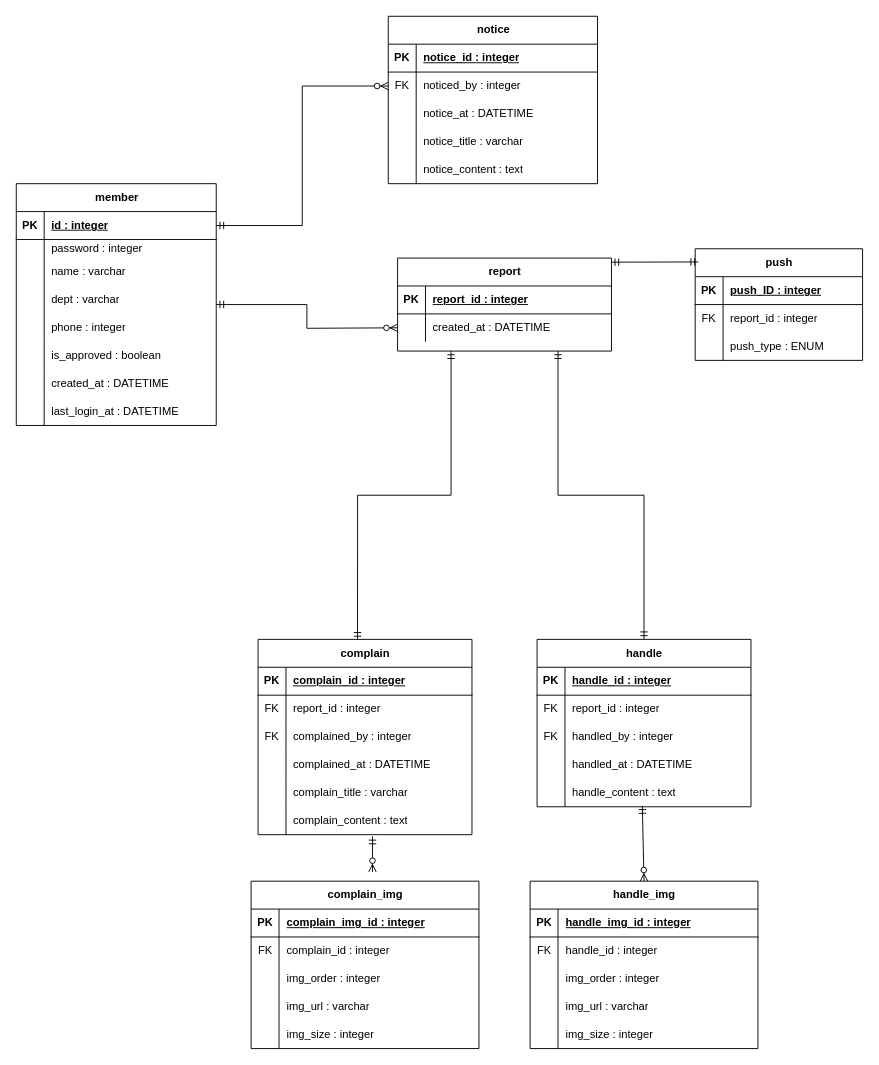
Earlier version of the draw.io diagram Untitled Diagram.drawio (23012/cau-fix-web). Source tidied: cells renumbered, new cells numbered last; positions are measured from the earlier drawing's top-left corner, leaving out a move shared by most shapes. Both pictures are drawn from the tidied source at 93%, with x=0, y=0 at pixel (16, 16).
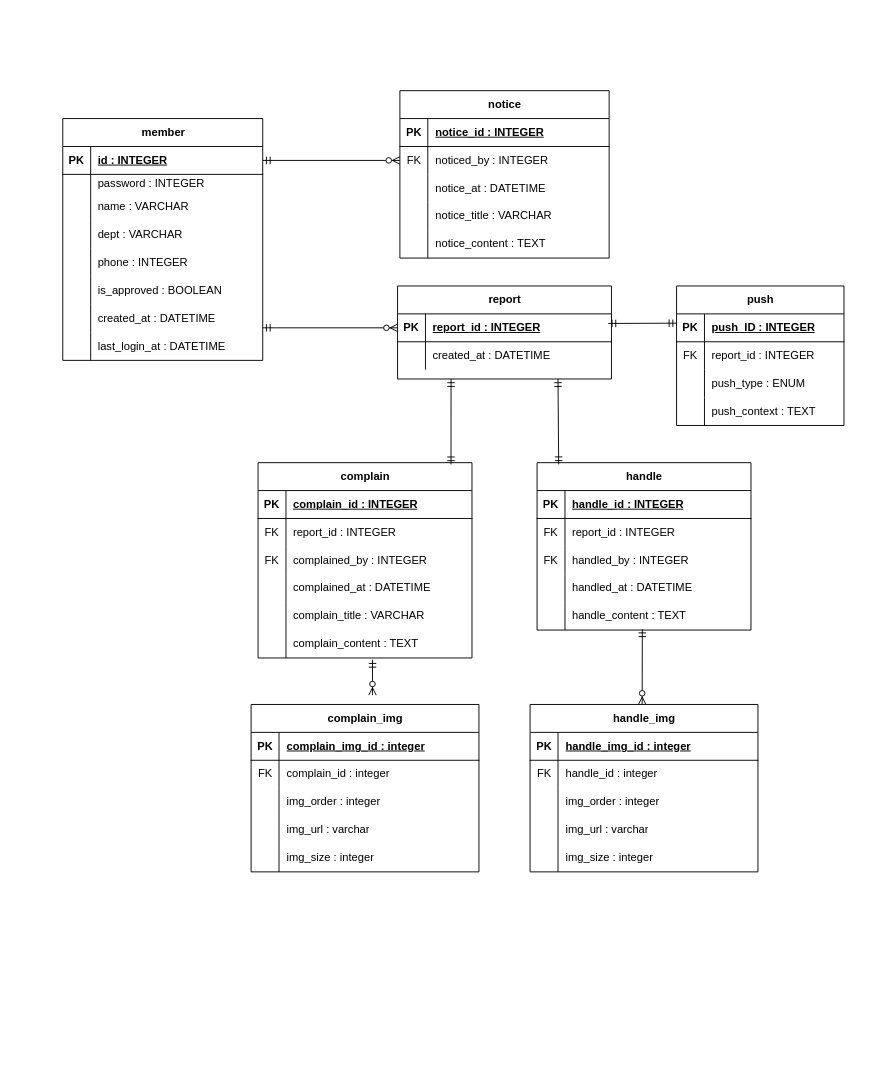
The same diagram, later.

Unchanged cells that the change refers to:
```xml
<mxCell id="3" style="shape=tableRow;horizontal=0;startSize=0;swimlaneHead=0;swimlaneBody=0;fillColor=none;points=[[0,0.5],[1,0.5]];portConstraint=eastwest;top=0;left=0;right=0;bottom=1;" parent="2" vertex="1">
  <mxGeometry y="30" width="215" height="30" as="geometry" />
</mxCell>
<mxCell id="6" style="shape=tableRow;horizontal=0;startSize=0;swimlaneHead=0;swimlaneBody=0;fillColor=none;top=0;left=0;right=0;bottom=0;" parent="2" vertex="1">
  <mxGeometry y="60" width="215" height="20" as="geometry" />
</mxCell>
<mxCell id="9" style="shape=tableRow;horizontal=0;startSize=0;swimlaneHead=0;swimlaneBody=0;fillColor=none;top=0;left=0;right=0;bottom=0;" parent="2" vertex="1">
  <mxGeometry y="80" width="215" height="30" as="geometry" />
</mxCell>
<mxCell id="12" style="shape=tableRow;horizontal=0;startSize=0;swimlaneHead=0;swimlaneBody=0;fillColor=none;top=0;left=0;right=0;bottom=0;" parent="2" vertex="1">
  <mxGeometry y="110" width="215" height="30" as="geometry" />
</mxCell>
<mxCell id="15" style="shape=tableRow;horizontal=0;startSize=0;swimlaneHead=0;swimlaneBody=0;fillColor=none;top=0;left=0;right=0;bottom=0;" parent="2" vertex="1">
  <mxGeometry y="140" width="215" height="30" as="geometry" />
</mxCell>
<mxCell id="18" style="shape=tableRow;horizontal=0;startSize=0;swimlaneHead=0;swimlaneBody=0;fillColor=none;top=0;left=0;right=0;bottom=0;" parent="2" vertex="1">
  <mxGeometry y="170" width="215" height="30" as="geometry" />
</mxCell>
<mxCell id="28" style="shape=tableRow;horizontal=0;startSize=0;swimlaneHead=0;swimlaneBody=0;fillColor=none;top=0;left=0;right=0;bottom=1;" parent="27" vertex="1">
  <mxGeometry y="30" width="225" height="30" as="geometry" />
</mxCell>
<mxCell id="31" style="shape=tableRow;horizontal=0;startSize=0;swimlaneHead=0;swimlaneBody=0;fillColor=none;points=[[0,0.5],[1,0.5]];portConstraint=eastwest;top=0;left=0;right=0;bottom=0;" parent="27" vertex="1">
  <mxGeometry y="60" width="225" height="30" as="geometry" />
</mxCell>
<mxCell id="37" style="shape=tableRow;horizontal=0;startSize=0;swimlaneHead=0;swimlaneBody=0;fillColor=none;top=0;left=0;right=0;bottom=0;" parent="27" vertex="1">
  <mxGeometry y="120" width="225" height="30" as="geometry" />
</mxCell>
<mxCell id="40" style="shape=tableRow;horizontal=0;startSize=0;swimlaneHead=0;swimlaneBody=0;fillColor=none;top=0;left=0;right=0;bottom=0;" parent="27" vertex="1">
  <mxGeometry y="150" width="225" height="30" as="geometry" />
</mxCell>
<mxCell id="44" style="shape=tableRow;horizontal=0;startSize=0;swimlaneHead=0;swimlaneBody=0;fillColor=none;top=0;left=0;right=0;bottom=1;" parent="43" vertex="1">
  <mxGeometry y="30" width="230" height="30" as="geometry" />
</mxCell>
<mxCell id="51" style="shape=tableRow;horizontal=0;startSize=0;swimlaneHead=0;swimlaneBody=0;fillColor=none;top=0;left=0;right=0;bottom=1;" parent="50" vertex="1">
  <mxGeometry y="30" width="180" height="30" as="geometry" />
</mxCell>
<mxCell id="54" style="shape=tableRow;horizontal=0;startSize=0;swimlaneHead=0;swimlaneBody=0;fillColor=none;top=0;left=0;right=0;bottom=0;" parent="50" vertex="1">
  <mxGeometry y="60" width="180" height="30" as="geometry" />
</mxCell>
<mxCell id="64" style="shape=tableRow;horizontal=0;startSize=0;swimlaneHead=0;swimlaneBody=0;fillColor=none;top=0;left=0;right=0;bottom=1;" parent="63" vertex="1">
  <mxGeometry y="30" width="230" height="30" as="geometry" />
</mxCell>
<mxCell id="67" style="shape=tableRow;horizontal=0;startSize=0;swimlaneHead=0;swimlaneBody=0;fillColor=none;top=0;left=0;right=0;bottom=0;" parent="63" vertex="1">
  <mxGeometry y="60" width="230" height="30" as="geometry" />
</mxCell>
<mxCell id="70" style="shape=tableRow;horizontal=0;startSize=0;swimlaneHead=0;swimlaneBody=0;fillColor=none;top=0;left=0;right=0;bottom=0;" parent="63" vertex="1">
  <mxGeometry y="90" width="230" height="30" as="geometry" />
</mxCell>
<mxCell id="76" style="shape=tableRow;horizontal=0;startSize=0;swimlaneHead=0;swimlaneBody=0;fillColor=none;top=0;left=0;right=0;bottom=0;" parent="63" vertex="1">
  <mxGeometry y="150" width="230" height="30" as="geometry" />
</mxCell>
<mxCell id="79" style="shape=tableRow;horizontal=0;startSize=0;swimlaneHead=0;swimlaneBody=0;fillColor=none;points=[[0,0.5],[1,0.5]];portConstraint=eastwest;top=0;left=0;right=0;bottom=0;" parent="63" vertex="1">
  <mxGeometry y="180" width="230" height="30" as="geometry" />
</mxCell>
<mxCell id="83" style="shape=tableRow;horizontal=0;startSize=0;swimlaneHead=0;swimlaneBody=0;fillColor=none;top=0;left=0;right=0;bottom=1;" parent="82" vertex="1">
  <mxGeometry y="30" width="230" height="30" as="geometry" />
</mxCell>
<mxCell id="86" style="shape=tableRow;horizontal=0;startSize=0;swimlaneHead=0;swimlaneBody=0;fillColor=none;top=0;left=0;right=0;bottom=0;" parent="82" vertex="1">
  <mxGeometry y="60" width="230" height="30" as="geometry" />
</mxCell>
<mxCell id="89" style="shape=tableRow;horizontal=0;startSize=0;swimlaneHead=0;swimlaneBody=0;fillColor=none;top=0;left=0;right=0;bottom=0;" parent="82" vertex="1">
  <mxGeometry y="90" width="230" height="30" as="geometry" />
</mxCell>
<mxCell id="95" style="shape=tableRow;horizontal=0;startSize=0;swimlaneHead=0;swimlaneBody=0;fillColor=none;points=[[0,0.5],[1,0.5]];portConstraint=eastwest;top=0;left=0;right=0;bottom=0;" parent="82" vertex="1">
  <mxGeometry y="150" width="230" height="30" as="geometry" />
</mxCell>
```

The edit, as a diff of the source:
```diff
@@
     <mxCell id="2" value="member" style="shape=table;startSize=30;childLayout=tableLayout;rowLines=0;fontStyle=1;align=center;html=1;" parent="1" vertex="1">
-      <mxGeometry y="180" width="215" height="260" as="geometry" />
+      <mxGeometry x="50" y="110" width="215" height="260" as="geometry" />
     </mxCell>
@@
-    <mxCell id="5" value="id : integer" style="shape=partialRectangle;fillColor=none;top=0;left=0;bottom=0;right=0;align=left;spacingLeft=6;fontStyle=5;overflow=hidden;whiteSpace=wrap;html=1;" parent="3" vertex="1">
+    <mxCell id="5" value="id : INTEGER" style="shape=partialRectangle;fillColor=none;top=0;left=0;bottom=0;right=0;align=left;spacingLeft=6;fontStyle=5;overflow=hidden;whiteSpace=wrap;html=1;" parent="3" vertex="1">
       <mxGeometry x="30" width="185" height="30" as="geometry" />
     </mxCell>
@@
-    <mxCell id="8" value="password : integer" style="shape=partialRectangle;fillColor=none;top=0;left=0;bottom=0;right=0;align=left;spacingLeft=6;overflow=hidden;whiteSpace=wrap;html=1;" parent="6" vertex="1">
+    <mxCell id="8" value="password : INTEGER" style="shape=partialRectangle;fillColor=none;top=0;left=0;bottom=0;right=0;align=left;spacingLeft=6;overflow=hidden;whiteSpace=wrap;html=1;" parent="6" vertex="1">
       <mxGeometry x="30" width="185" height="20" as="geometry" />
     </mxCell>
@@
-    <mxCell id="11" value="name : varchar" style="shape=partialRectangle;fillColor=none;top=0;left=0;bottom=0;right=0;align=left;spacingLeft=6;overflow=hidden;whiteSpace=wrap;html=1;" parent="9" vertex="1">
+    <mxCell id="11" value="name : VARCHAR" style="shape=partialRectangle;fillColor=none;top=0;left=0;bottom=0;right=0;align=left;spacingLeft=6;overflow=hidden;whiteSpace=wrap;html=1;" parent="9" vertex="1">
       <mxGeometry x="30" width="185" height="30" as="geometry" />
     </mxCell>
@@
-    <mxCell id="14" value="dept : varchar" style="shape=partialRectangle;fillColor=none;top=0;left=0;bottom=0;right=0;align=left;spacingLeft=6;overflow=hidden;whiteSpace=wrap;html=1;" parent="12" vertex="1">
+    <mxCell id="14" value="dept : VARCHAR" style="shape=partialRectangle;fillColor=none;top=0;left=0;bottom=0;right=0;align=left;spacingLeft=6;overflow=hidden;whiteSpace=wrap;html=1;" parent="12" vertex="1">
       <mxGeometry x="30" width="185" height="30" as="geometry" />
     </mxCell>
@@
-    <mxCell id="17" value="phone : integer" style="shape=partialRectangle;fillColor=none;top=0;left=0;bottom=0;right=0;align=left;spacingLeft=6;overflow=hidden;whiteSpace=wrap;html=1;" parent="15" vertex="1">
+    <mxCell id="17" value="phone : INTEGER" style="shape=partialRectangle;fillColor=none;top=0;left=0;bottom=0;right=0;align=left;spacingLeft=6;overflow=hidden;whiteSpace=wrap;html=1;" parent="15" vertex="1">
       <mxGeometry x="30" width="185" height="30" as="geometry" />
     </mxCell>
@@
-    <mxCell id="20" value="is_approved : boolean" style="shape=partialRectangle;fillColor=none;top=0;left=0;bottom=0;right=0;align=left;spacingLeft=6;overflow=hidden;whiteSpace=wrap;html=1;" parent="18" vertex="1">
+    <mxCell id="20" value="is_approved : BOOLEAN" style="shape=partialRectangle;fillColor=none;top=0;left=0;bottom=0;right=0;align=left;spacingLeft=6;overflow=hidden;whiteSpace=wrap;html=1;" parent="18" vertex="1">
       <mxGeometry x="30" width="185" height="30" as="geometry" />
     </mxCell>
@@
     <mxCell id="27" value="notice" style="shape=table;startSize=30;childLayout=tableLayout;rowLines=0;fontStyle=1;align=center;html=1;" parent="1" vertex="1">
-      <mxGeometry x="400" width="225" height="180" as="geometry" />
+      <mxGeometry x="412.5" y="80" width="225" height="180" as="geometry" />
     </mxCell>
@@
-    <mxCell id="30" value="notice_id : integer" style="shape=partialRectangle;fillColor=none;top=0;left=0;bottom=0;right=0;align=left;spacingLeft=6;fontStyle=5;overflow=hidden;whiteSpace=wrap;html=1;" parent="28" vertex="1">
+    <mxCell id="30" value="notice_id : INTEGER" style="shape=partialRectangle;fillColor=none;top=0;left=0;bottom=0;right=0;align=left;spacingLeft=6;fontStyle=5;overflow=hidden;whiteSpace=wrap;html=1;" parent="28" vertex="1">
       <mxGeometry x="30" width="195" height="30" as="geometry" />
     </mxCell>
@@
-    <mxCell id="33" value="noticed_by : integer" style="shape=partialRectangle;fillColor=none;top=0;left=0;bottom=0;right=0;align=left;spacingLeft=6;overflow=hidden;whiteSpace=wrap;html=1;" parent="31" vertex="1">
+    <mxCell id="33" value="noticed_by : INTEGER" style="shape=partialRectangle;fillColor=none;top=0;left=0;bottom=0;right=0;align=left;spacingLeft=6;overflow=hidden;whiteSpace=wrap;html=1;" parent="31" vertex="1">
       <mxGeometry x="30" width="195" height="30" as="geometry" />
     </mxCell>
@@
-    <mxCell id="39" value="notice_title : varchar" style="shape=partialRectangle;fillColor=none;top=0;left=0;bottom=0;right=0;align=left;spacingLeft=6;overflow=hidden;whiteSpace=wrap;html=1;" parent="37" vertex="1">
+    <mxCell id="39" value="notice_title : VARCHAR" style="shape=partialRectangle;fillColor=none;top=0;left=0;bottom=0;right=0;align=left;spacingLeft=6;overflow=hidden;whiteSpace=wrap;html=1;" parent="37" vertex="1">
       <mxGeometry x="30" width="195" height="30" as="geometry" />
     </mxCell>
@@
-    <mxCell id="42" value="notice_content : text" style="shape=partialRectangle;fillColor=none;top=0;left=0;bottom=0;right=0;align=left;spacingLeft=6;overflow=hidden;whiteSpace=wrap;html=1;" parent="40" vertex="1">
+    <mxCell id="42" value="notice_content : TEXT" style="shape=partialRectangle;fillColor=none;top=0;left=0;bottom=0;right=0;align=left;spacingLeft=6;overflow=hidden;whiteSpace=wrap;html=1;" parent="40" vertex="1">
       <mxGeometry x="30" width="195" height="30" as="geometry" />
     </mxCell>
     <mxCell id="43" value="report" style="shape=table;startSize=30;childLayout=tableLayout;rowLines=0;fontStyle=1;align=center;html=1;" parent="1" vertex="1">
-      <mxGeometry x="410" y="260" width="230" height="100" as="geometry" />
+      <mxGeometry x="410" y="290" width="230" height="100" as="geometry" />
     </mxCell>
@@
-    <mxCell id="46" value="report_id : integer" style="shape=partialRectangle;fillColor=none;top=0;left=0;bottom=0;right=0;align=left;spacingLeft=6;fontStyle=5;overflow=hidden;whiteSpace=wrap;html=1;" parent="44" vertex="1">
+    <mxCell id="46" value="report_id : INTEGER" style="shape=partialRectangle;fillColor=none;top=0;left=0;bottom=0;right=0;align=left;spacingLeft=6;fontStyle=5;overflow=hidden;whiteSpace=wrap;html=1;" parent="44" vertex="1">
       <mxGeometry x="30" width="200" height="30" as="geometry" />
     </mxCell>
@@
     <mxCell id="50" value="push" style="shape=table;startSize=30;childLayout=tableLayout;rowLines=0;fontStyle=1;align=center;html=1;" parent="1" vertex="1">
-      <mxGeometry x="730" y="250" width="180" height="120" as="geometry" />
+      <mxGeometry x="710" y="290" width="180" height="150" as="geometry" />
     </mxCell>
@@
-    <mxCell id="53" value="push_ID : integer" style="shape=partialRectangle;fillColor=none;top=0;left=0;bottom=0;right=0;align=left;spacingLeft=6;fontStyle=5;overflow=hidden;whiteSpace=wrap;html=1;" parent="51" vertex="1">
+    <mxCell id="53" value="push_ID : INTEGER" style="shape=partialRectangle;fillColor=none;top=0;left=0;bottom=0;right=0;align=left;spacingLeft=6;fontStyle=5;overflow=hidden;whiteSpace=wrap;html=1;" parent="51" vertex="1">
       <mxGeometry x="30" width="150" height="30" as="geometry" />
     </mxCell>
@@
-    <mxCell id="56" value="report_id : integer" style="shape=partialRectangle;fillColor=none;top=0;left=0;bottom=0;right=0;align=left;spacingLeft=6;overflow=hidden;whiteSpace=wrap;html=1;" parent="54" vertex="1">
+    <mxCell id="56" value="report_id : INTEGER" style="shape=partialRectangle;fillColor=none;top=0;left=0;bottom=0;right=0;align=left;spacingLeft=6;overflow=hidden;whiteSpace=wrap;html=1;" parent="54" vertex="1">
       <mxGeometry x="30" width="150" height="30" as="geometry" />
     </mxCell>
@@
+    <mxCell id="134" style="shape=tableRow;horizontal=0;startSize=0;swimlaneHead=0;swimlaneBody=0;fillColor=none;top=0;left=0;right=0;bottom=0;" parent="50" vertex="1">
+      <mxGeometry y="120" width="180" height="30" as="geometry" />
+    </mxCell>
+    <mxCell id="135" style="shape=partialRectangle;fillColor=none;top=0;left=0;bottom=0;right=0;overflow=hidden;whiteSpace=wrap;html=1;" parent="134" vertex="1">
+      <mxGeometry width="30" height="30" as="geometry" />
+    </mxCell>
+    <mxCell id="136" value="push_context : TEXT" style="shape=partialRectangle;fillColor=none;top=0;left=0;bottom=0;right=0;align=left;spacingLeft=6;overflow=hidden;whiteSpace=wrap;html=1;" parent="134" vertex="1">
+      <mxGeometry x="30" width="150" height="30" as="geometry" />
+    </mxCell>
-    <mxCell id="60" style="fontSize=12;html=1;endArrow=ERmandOne;startArrow=ERmandOne;rounded=0;entryX=0.019;entryY=0.118;entryDx=0;entryDy=0;exitX=0.999;exitY=0.044;exitDx=0;exitDy=0;exitPerimeter=0;entryPerimeter=0;" parent="1" edge="1" source="43" target="50">
-      <mxGeometry relative="1" as="geometry" />
+    <mxCell id="60" style="fontSize=12;html=1;endArrow=ERmandOne;startArrow=ERmandOne;rounded=0;entryX=0.019;entryY=0.118;entryDx=0;entryDy=0;entryPerimeter=0;" parent="1" edge="1">
+      <mxGeometry relative="1" as="geometry">
+        <mxPoint x="636.6" y="330.3" as="sourcePoint" />
+        <mxPoint x="710" y="330" as="targetPoint" />
+      </mxGeometry>
     </mxCell>
@@
     <mxCell id="62" style="edgeStyle=orthogonalEdgeStyle;fontSize=12;html=1;endArrow=ERzeroToMany;startArrow=ERmandOne;rounded=0;" parent="1" edge="1" source="2">
       <mxGeometry relative="1" as="geometry">
         <mxPoint x="410" y="335" as="targetPoint" />
+        <Array as="points">
+          <mxPoint x="280" y="335" />
+          <mxPoint x="280" y="335" />
+        </Array>
       </mxGeometry>
     </mxCell>
     <mxCell id="63" value="complain" style="shape=table;startSize=30;childLayout=tableLayout;rowLines=0;fontStyle=1;align=center;html=1;" parent="1" vertex="1">
-      <mxGeometry x="260" y="670" width="230" height="210" as="geometry" />
+      <mxGeometry x="260" y="480" width="230" height="210" as="geometry" />
     </mxCell>
@@
-    <mxCell id="66" value="complain_id : integer" style="shape=partialRectangle;fillColor=none;top=0;left=0;bottom=0;right=0;align=left;spacingLeft=6;fontStyle=5;overflow=hidden;whiteSpace=wrap;html=1;" parent="64" vertex="1">
+    <mxCell id="66" value="complain_id : INTEGER" style="shape=partialRectangle;fillColor=none;top=0;left=0;bottom=0;right=0;align=left;spacingLeft=6;fontStyle=5;overflow=hidden;whiteSpace=wrap;html=1;" parent="64" vertex="1">
       <mxGeometry x="30" width="200" height="30" as="geometry" />
     </mxCell>
@@
-    <mxCell id="69" value="report_id : integer" style="shape=partialRectangle;fillColor=none;top=0;left=0;bottom=0;right=0;align=left;spacingLeft=6;overflow=hidden;whiteSpace=wrap;html=1;" parent="67" vertex="1">
+    <mxCell id="69" value="report_id : INTEGER" style="shape=partialRectangle;fillColor=none;top=0;left=0;bottom=0;right=0;align=left;spacingLeft=6;overflow=hidden;whiteSpace=wrap;html=1;" parent="67" vertex="1">
       <mxGeometry x="30" width="200" height="30" as="geometry" />
     </mxCell>
@@
-    <mxCell id="72" value="complained_by : integer" style="shape=partialRectangle;fillColor=none;top=0;left=0;bottom=0;right=0;align=left;spacingLeft=6;overflow=hidden;whiteSpace=wrap;html=1;" parent="70" vertex="1">
+    <mxCell id="72" value="complained_by : INTEGER" style="shape=partialRectangle;fillColor=none;top=0;left=0;bottom=0;right=0;align=left;spacingLeft=6;overflow=hidden;whiteSpace=wrap;html=1;" parent="70" vertex="1">
       <mxGeometry x="30" width="200" height="30" as="geometry" />
     </mxCell>
@@
-    <mxCell id="78" value="complain_title : varchar" style="shape=partialRectangle;fillColor=none;top=0;left=0;bottom=0;right=0;align=left;spacingLeft=6;overflow=hidden;whiteSpace=wrap;html=1;" parent="76" vertex="1">
+    <mxCell id="78" value="complain_title : VARCHAR" style="shape=partialRectangle;fillColor=none;top=0;left=0;bottom=0;right=0;align=left;spacingLeft=6;overflow=hidden;whiteSpace=wrap;html=1;" parent="76" vertex="1">
       <mxGeometry x="30" width="200" height="30" as="geometry" />
     </mxCell>
@@
-    <mxCell id="81" value="complain_content : text" style="shape=partialRectangle;fillColor=none;top=0;left=0;bottom=0;right=0;align=left;spacingLeft=6;overflow=hidden;whiteSpace=wrap;html=1;" parent="79" vertex="1">
+    <mxCell id="81" value="complain_content : TEXT" style="shape=partialRectangle;fillColor=none;top=0;left=0;bottom=0;right=0;align=left;spacingLeft=6;overflow=hidden;whiteSpace=wrap;html=1;" parent="79" vertex="1">
       <mxGeometry x="30" width="200" height="30" as="geometry" />
     </mxCell>
     <mxCell id="82" value="handle" style="shape=table;startSize=30;childLayout=tableLayout;rowLines=0;fontStyle=1;align=center;html=1;" parent="1" vertex="1">
-      <mxGeometry x="560" y="670" width="230" height="180" as="geometry" />
+      <mxGeometry x="560" y="480" width="230" height="180" as="geometry" />
     </mxCell>
@@
-    <mxCell id="85" value="handle_id : integer" style="shape=partialRectangle;fillColor=none;top=0;left=0;bottom=0;right=0;align=left;spacingLeft=6;fontStyle=5;overflow=hidden;whiteSpace=wrap;html=1;" parent="83" vertex="1">
+    <mxCell id="85" value="handle_id : INTEGER" style="shape=partialRectangle;fillColor=none;top=0;left=0;bottom=0;right=0;align=left;spacingLeft=6;fontStyle=5;overflow=hidden;whiteSpace=wrap;html=1;" parent="83" vertex="1">
       <mxGeometry x="30" width="200" height="30" as="geometry" />
     </mxCell>
@@
-    <mxCell id="88" value="report_id : integer" style="shape=partialRectangle;fillColor=none;top=0;left=0;bottom=0;right=0;align=left;spacingLeft=6;overflow=hidden;whiteSpace=wrap;html=1;" parent="86" vertex="1">
+    <mxCell id="88" value="report_id : INTEGER" style="shape=partialRectangle;fillColor=none;top=0;left=0;bottom=0;right=0;align=left;spacingLeft=6;overflow=hidden;whiteSpace=wrap;html=1;" parent="86" vertex="1">
       <mxGeometry x="30" width="200" height="30" as="geometry" />
     </mxCell>
@@
-    <mxCell id="91" value="handled_by : integer" style="shape=partialRectangle;fillColor=none;top=0;left=0;bottom=0;right=0;align=left;spacingLeft=6;overflow=hidden;whiteSpace=wrap;html=1;" parent="89" vertex="1">
+    <mxCell id="91" value="handled_by : INTEGER" style="shape=partialRectangle;fillColor=none;top=0;left=0;bottom=0;right=0;align=left;spacingLeft=6;overflow=hidden;whiteSpace=wrap;html=1;" parent="89" vertex="1">
       <mxGeometry x="30" width="200" height="30" as="geometry" />
     </mxCell>
@@
-    <mxCell id="97" value="handle_content : text" style="shape=partialRectangle;fillColor=none;top=0;left=0;bottom=0;right=0;align=left;spacingLeft=6;overflow=hidden;whiteSpace=wrap;html=1;" parent="95" vertex="1">
+    <mxCell id="97" value="handle_content : TEXT" style="shape=partialRectangle;fillColor=none;top=0;left=0;bottom=0;right=0;align=left;spacingLeft=6;overflow=hidden;whiteSpace=wrap;html=1;" parent="95" vertex="1">
       <mxGeometry x="30" width="200" height="30" as="geometry" />
     </mxCell>
-    <mxCell id="98" style="fontSize=12;html=1;endArrow=ERmandOne;startArrow=ERmandOne;rounded=0;exitX=0.465;exitY=0.003;exitDx=0;exitDy=0;exitPerimeter=0;entryX=0.25;entryY=1;entryDx=0;entryDy=0;edgeStyle=orthogonalEdgeStyle;" parent="1" edge="1" source="63" target="43">
+    <mxCell id="98" style="fontSize=12;html=1;endArrow=ERmandOne;startArrow=ERmandOne;rounded=0;entryX=0.25;entryY=1;entryDx=0;entryDy=0;exitX=0.902;exitY=0.009;exitDx=0;exitDy=0;exitPerimeter=0;" parent="1" edge="1" source="63" target="43">
       <mxGeometry relative="1" as="geometry" />
     </mxCell>
-    <mxCell id="99" style="fontSize=12;html=1;endArrow=ERmandOne;startArrow=ERmandOne;rounded=0;exitX=0.5;exitY=0;exitDx=0;exitDy=0;edgeStyle=orthogonalEdgeStyle;entryX=0.75;entryY=1;entryDx=0;entryDy=0;" parent="1" edge="1" source="82" target="43">
-      <mxGeometry relative="1" as="geometry" />
-    </mxCell>
     <mxCell id="100" value="complain_img" style="shape=table;startSize=30;childLayout=tableLayout;rowLines=0;fontStyle=1;align=center;html=1;" parent="1" vertex="1">
-      <mxGeometry x="252.5" y="930" width="245" height="180" as="geometry" />
+      <mxGeometry x="252.5" y="740" width="245" height="180" as="geometry" />
     </mxCell>
@@
     <mxCell id="116" value="handle_img" style="shape=table;startSize=30;childLayout=tableLayout;rowLines=0;fontStyle=1;align=center;html=1;" parent="1" vertex="1">
-      <mxGeometry x="552.5" y="930" width="245" height="180" as="geometry" />
+      <mxGeometry x="552.5" y="740" width="245" height="180" as="geometry" />
     </mxCell>
@@
     <mxCell id="132" style="fontSize=12;html=1;endArrow=ERzeroToMany;startArrow=ERmandOne;rounded=0;exitX=0.535;exitY=1.062;exitDx=0;exitDy=0;exitPerimeter=0;" parent="1" edge="1" source="79">
       <mxGeometry relative="1" as="geometry">
-        <mxPoint x="383" y="920" as="targetPoint" />
+        <mxPoint x="383" y="730" as="targetPoint" />
       </mxGeometry>
     </mxCell>
-    <mxCell id="133" style="fontSize=12;html=1;endArrow=ERzeroToMany;startArrow=ERmandOne;rounded=0;entryX=0.5;entryY=0;entryDx=0;entryDy=0;exitX=0.492;exitY=0.967;exitDx=0;exitDy=0;exitPerimeter=0;" parent="1" edge="1" source="95" target="116">
-      <mxGeometry relative="1" as="geometry" />
+    <mxCell id="133" style="fontSize=12;html=1;endArrow=ERzeroToMany;startArrow=ERmandOne;rounded=0;exitX=0.492;exitY=0.967;exitDx=0;exitDy=0;exitPerimeter=0;" parent="1" edge="1" source="95">
+      <mxGeometry relative="1" as="geometry">
+        <mxPoint x="673" y="740" as="targetPoint" />
+      </mxGeometry>
     </mxCell>
+    <mxCell id="99" style="fontSize=12;html=1;endArrow=ERmandOne;startArrow=ERmandOne;rounded=0;entryX=0.75;entryY=1;entryDx=0;entryDy=0;exitX=0.101;exitY=0.01;exitDx=0;exitDy=0;exitPerimeter=0;" parent="1" edge="1" source="82" target="43">
+      <mxGeometry relative="1" as="geometry" />
+    </mxCell>
```
